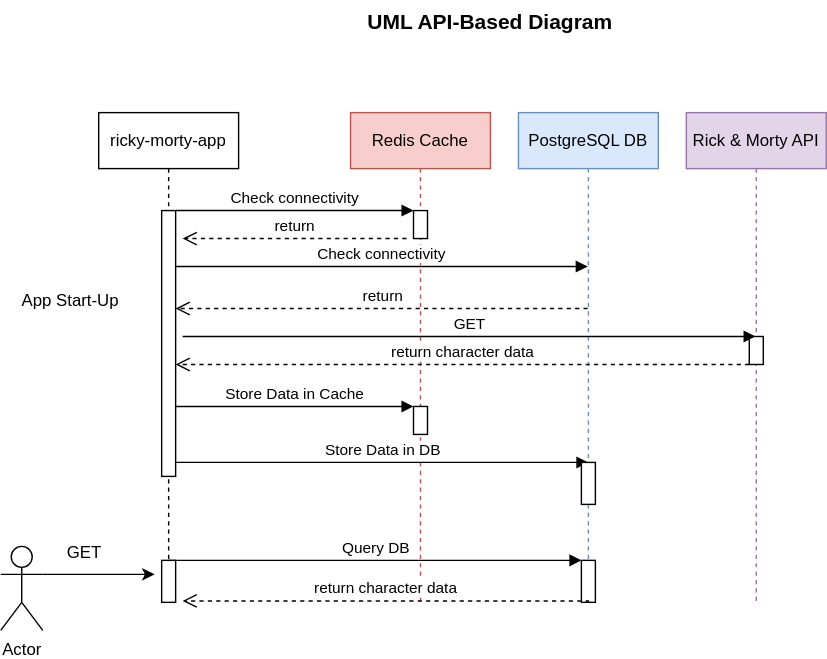
Earlier version of the draw.io export docs/api-uml.svg (andressanchezramos/rick-morty-app). Source tidied: cells renumbered, new cells last; positions are measured from the earlier drawing's top-left corner, leaving out a move shared by most shapes. Source of this version:
```xml
<mxGraphModel>
  <root>
    <mxCell id="0" />
    <mxCell id="1" parent="0" />
    <mxCell id="2" value="ricky-morty-app" style="shape=umlLifeline;perimeter=lifelinePerimeter;whiteSpace=wrap;html=1;newEdgeStyle={&quot;edgeStyle&quot;:&quot;elbowEdgeStyle&quot;,&quot;elbow&quot;:&quot;vertical&quot;,&quot;curved&quot;:0,&quot;rounded&quot;:0};" parent="1" vertex="1">
      <mxGeometry x="70" y="80" width="100" height="350" as="geometry" />
    </mxCell>
    <mxCell id="3" style="html=1;points=[];perimeter=orthogonalPerimeter;outlineConnect=0;targetShapes=umlLifeline;portConstraint=eastwest;newEdgeStyle={&quot;edgeStyle&quot;:&quot;elbowEdgeStyle&quot;,&quot;elbow&quot;:&quot;vertical&quot;,&quot;curved&quot;:0,&quot;rounded&quot;:0};" parent="2" vertex="1">
      <mxGeometry x="45" y="70" width="10" height="190" as="geometry" />
    </mxCell>
    <mxCell id="4" style="html=1;perimeter=orthogonalPerimeter;targetShapes=umlLifeline;newEdgeStyle={&quot;edgeStyle&quot;:&quot;elbowEdgeStyle&quot;,&quot;elbow&quot;:&quot;vertical&quot;,&quot;curved&quot;:0,&quot;rounded&quot;:0};" parent="2" vertex="1">
      <mxGeometry x="45" y="320" width="10" height="30" as="geometry" />
    </mxCell>
    <mxCell id="5" value="Redis Cache" style="shape=umlLifeline;perimeter=lifelinePerimeter;whiteSpace=wrap;html=1;newEdgeStyle={&quot;edgeStyle&quot;:&quot;elbowEdgeStyle&quot;,&quot;elbow&quot;:&quot;vertical&quot;,&quot;curved&quot;:0,&quot;rounded&quot;:0};fillColor=#f8cecc;strokeColor=#b85450;" parent="1" vertex="1">
      <mxGeometry x="250" y="80" width="100" height="350" as="geometry" />
    </mxCell>
    <mxCell id="6" style="html=1;perimeter=orthogonalPerimeter;targetShapes=umlLifeline;newEdgeStyle={&quot;edgeStyle&quot;:&quot;elbowEdgeStyle&quot;,&quot;elbow&quot;:&quot;vertical&quot;,&quot;curved&quot;:0,&quot;rounded&quot;:0};" parent="5" vertex="1">
      <mxGeometry x="45" y="70" width="10" height="20" as="geometry" />
    </mxCell>
    <mxCell id="7" value="Check connectivity" style="html=1;verticalAlign=bottom;endArrow=block;edgeStyle=elbowEdgeStyle;elbow=vertical;curved=0;rounded=0;" parent="1" edge="1">
      <mxGeometry relative="1" as="geometry">
        <mxPoint x="125" y="150" as="sourcePoint" />
        <mxPoint x="295" y="150" as="targetPoint" />
        <Array as="points">
          <mxPoint x="210" y="150" />
        </Array>
      </mxGeometry>
    </mxCell>
    <mxCell id="8" value="UML API-Based Diagram" style="text;html=1;align=center;verticalAlign=middle;whiteSpace=wrap;rounded=0;fontSize=15;fontStyle=1;" parent="1" vertex="1">
      <mxGeometry x="240" width="220" height="30" as="geometry" />
    </mxCell>
    <mxCell id="9" value="PostgreSQL DB" style="shape=umlLifeline;perimeter=lifelinePerimeter;whiteSpace=wrap;html=1;outlineConnect=0;portConstraint=eastwest;newEdgeStyle={&quot;edgeStyle&quot;:&quot;elbowEdgeStyle&quot;,&quot;elbow&quot;:&quot;vertical&quot;,&quot;curved&quot;:0,&quot;rounded&quot;:0};fillColor=#dae8fc;strokeColor=#6c8ebf;" parent="1" vertex="1">
      <mxGeometry x="370" y="80" width="100" height="350" as="geometry" />
    </mxCell>
    <mxCell id="10" style="html=1;points=[];perimeter=orthogonalPerimeter;outlineConnect=0;targetShapes=umlLifeline;portConstraint=eastwest;newEdgeStyle={&quot;edgeStyle&quot;:&quot;elbowEdgeStyle&quot;,&quot;elbow&quot;:&quot;vertical&quot;,&quot;curved&quot;:0,&quot;rounded&quot;:0};" parent="9" vertex="1">
      <mxGeometry x="45" y="320" width="10" height="30" as="geometry" />
    </mxCell>
    <mxCell id="11" value="Rick &amp;amp; Morty API" style="shape=umlLifeline;perimeter=lifelinePerimeter;whiteSpace=wrap;html=1;outlineConnect=0;portConstraint=eastwest;newEdgeStyle={&quot;edgeStyle&quot;:&quot;elbowEdgeStyle&quot;,&quot;elbow&quot;:&quot;vertical&quot;,&quot;curved&quot;:0,&quot;rounded&quot;:0};fillColor=#e1d5e7;strokeColor=#9673a6;" parent="1" vertex="1">
      <mxGeometry x="490" y="80" width="100" height="350" as="geometry" />
    </mxCell>
    <mxCell id="12" style="html=1;perimeter=orthogonalPerimeter;targetShapes=umlLifeline;newEdgeStyle={&quot;edgeStyle&quot;:&quot;elbowEdgeStyle&quot;,&quot;elbow&quot;:&quot;vertical&quot;,&quot;curved&quot;:0,&quot;rounded&quot;:0};" parent="11" vertex="1">
      <mxGeometry x="45" y="160" width="10" height="20" as="geometry" />
    </mxCell>
    <mxCell id="13" value="Check connectivity" style="html=1;verticalAlign=bottom;endArrow=block;edgeStyle=elbowEdgeStyle;elbow=vertical;curved=0;rounded=0;" parent="1" edge="1" source="3" target="9">
      <mxGeometry relative="1" as="geometry">
        <Array as="points">
          <mxPoint x="215" y="190" />
        </Array>
      </mxGeometry>
    </mxCell>
    <mxCell id="14" value="return" style="html=1;verticalAlign=bottom;endArrow=open;dashed=1;endSize=8;edgeStyle=elbowEdgeStyle;elbow=vertical;curved=0;rounded=0;" parent="1" edge="1">
      <mxGeometry relative="1" as="geometry">
        <mxPoint x="290" y="170" as="sourcePoint" />
        <mxPoint x="130" y="170" as="targetPoint" />
        <Array as="points">
          <mxPoint x="215" y="170" />
        </Array>
      </mxGeometry>
    </mxCell>
    <mxCell id="15" value="return" style="html=1;verticalAlign=bottom;endArrow=open;dashed=1;endSize=8;edgeStyle=elbowEdgeStyle;elbow=vertical;curved=0;rounded=0;" parent="1" edge="1" source="9" target="3">
      <mxGeometry relative="1" as="geometry">
        <Array as="points">
          <mxPoint x="225" y="220" />
        </Array>
      </mxGeometry>
    </mxCell>
    <mxCell id="16" value="GET" style="html=1;verticalAlign=bottom;endArrow=block;edgeStyle=elbowEdgeStyle;elbow=vertical;curved=0;rounded=0;exitX=0.5;exitY=0.474;exitDx=0;exitDy=0;exitPerimeter=0;" parent="1" edge="1" target="11">
      <mxGeometry relative="1" as="geometry">
        <mxPoint x="130" y="240" as="sourcePoint" />
      </mxGeometry>
    </mxCell>
    <mxCell id="17" value="return character data" style="html=1;verticalAlign=bottom;endArrow=open;dashed=1;endSize=8;edgeStyle=elbowEdgeStyle;elbow=vertical;curved=0;rounded=0;" parent="1" edge="1" target="3">
      <mxGeometry relative="1" as="geometry">
        <mxPoint x="535" y="260" as="sourcePoint" />
        <Array as="points">
          <mxPoint x="340" y="260" />
        </Array>
      </mxGeometry>
    </mxCell>
    <mxCell id="18" value="App Start-Up" style="text;html=1;align=center;verticalAlign=middle;whiteSpace=wrap;rounded=0;" parent="1" vertex="1">
      <mxGeometry x="10" y="200" width="80" height="30" as="geometry" />
    </mxCell>
    <mxCell id="19" style="html=1;perimeter=orthogonalPerimeter;targetShapes=umlLifeline;newEdgeStyle={&quot;edgeStyle&quot;:&quot;elbowEdgeStyle&quot;,&quot;elbow&quot;:&quot;vertical&quot;,&quot;curved&quot;:0,&quot;rounded&quot;:0};" parent="1" vertex="1">
      <mxGeometry x="295" y="290" width="10" height="20" as="geometry" />
    </mxCell>
    <mxCell id="20" value="Store Data in Cache" style="html=1;verticalAlign=bottom;endArrow=block;edgeStyle=elbowEdgeStyle;elbow=horizontal;curved=0;rounded=0;" parent="1" edge="1">
      <mxGeometry relative="1" as="geometry">
        <mxPoint x="125" y="290" as="sourcePoint" />
        <mxPoint x="295" y="290" as="targetPoint" />
        <Array as="points">
          <mxPoint x="210" y="290" />
        </Array>
      </mxGeometry>
    </mxCell>
    <mxCell id="21" value="Store Data in DB" style="html=1;verticalAlign=bottom;endArrow=block;edgeStyle=elbowEdgeStyle;elbow=vertical;curved=0;rounded=0;" parent="1" edge="1">
      <mxGeometry relative="1" as="geometry">
        <mxPoint x="125" y="330" as="sourcePoint" />
        <mxPoint x="420" y="330" as="targetPoint" />
        <Array as="points">
          <mxPoint x="215" y="330" />
        </Array>
      </mxGeometry>
    </mxCell>
    <mxCell id="22" style="html=1;perimeter=orthogonalPerimeter;targetShapes=umlLifeline;newEdgeStyle={&quot;edgeStyle&quot;:&quot;elbowEdgeStyle&quot;,&quot;elbow&quot;:&quot;vertical&quot;,&quot;curved&quot;:0,&quot;rounded&quot;:0};" parent="1" vertex="1">
      <mxGeometry x="415" y="330" width="10" height="30" as="geometry" />
    </mxCell>
    <mxCell id="23" value="Actor" style="shape=umlActor;verticalLabelPosition=bottom;verticalAlign=top;html=1;outlineConnect=0;" parent="1" vertex="1">
      <mxGeometry y="390" width="30" height="60" as="geometry" />
    </mxCell>
    <mxCell id="24" style="endArrow=classic;html=1;rounded=0;exitX=1;exitY=0.3333333333333333;exitDx=0;exitDy=0;exitPerimeter=0;" parent="1" edge="1" source="23">
      <mxGeometry relative="1" as="geometry">
        <mxPoint x="110" y="410" as="targetPoint" />
      </mxGeometry>
    </mxCell>
    <mxCell id="25" value="GET" style="text;html=1;align=center;verticalAlign=middle;whiteSpace=wrap;rounded=0;" parent="1" vertex="1">
      <mxGeometry x="30" y="380" width="60" height="30" as="geometry" />
    </mxCell>
    <mxCell id="26" value="Query DB" style="html=1;verticalAlign=bottom;endArrow=block;edgeStyle=elbowEdgeStyle;elbow=vertical;curved=0;rounded=0;exitX=0.5;exitY=0.474;exitDx=0;exitDy=0;exitPerimeter=0;" parent="1" edge="1" target="10">
      <mxGeometry relative="1" as="geometry">
        <mxPoint x="120" y="400" as="sourcePoint" />
      </mxGeometry>
    </mxCell>
    <mxCell id="27" value="return character data" style="html=1;verticalAlign=bottom;endArrow=open;dashed=1;endSize=8;edgeStyle=elbowEdgeStyle;elbow=vertical;curved=0;rounded=0;" parent="1" edge="1">
      <mxGeometry relative="1" as="geometry">
        <mxPoint x="420" y="430" as="sourcePoint" />
        <mxPoint x="130" y="429" as="targetPoint" />
        <Array as="points">
          <mxPoint x="345" y="429" />
        </Array>
      </mxGeometry>
    </mxCell>
  </root>
</mxGraphModel>
```
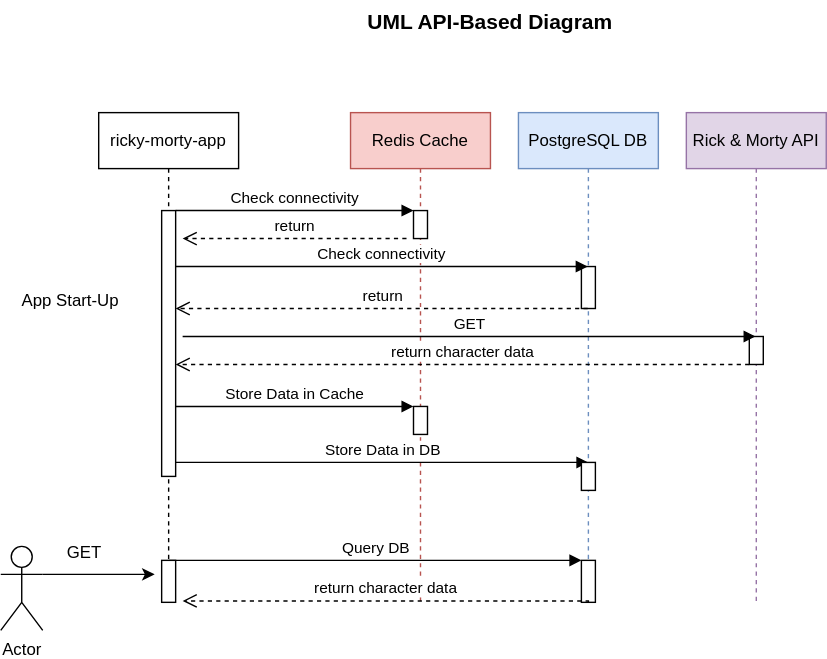
The same diagram one commit later.

Commit message:
add UML diagram

What changed in the source:
```diff
@@ -35,6 +35,9 @@
     <mxCell id="10" style="html=1;points=[];perimeter=orthogonalPerimeter;outlineConnect=0;targetShapes=umlLifeline;portConstraint=eastwest;newEdgeStyle={&quot;edgeStyle&quot;:&quot;elbowEdgeStyle&quot;,&quot;elbow&quot;:&quot;vertical&quot;,&quot;curved&quot;:0,&quot;rounded&quot;:0};" parent="9" vertex="1">
       <mxGeometry x="45" y="320" width="10" height="30" as="geometry" />
     </mxCell>
+    <mxCell id="28" style="html=1;perimeter=orthogonalPerimeter;targetShapes=umlLifeline;newEdgeStyle={&quot;edgeStyle&quot;:&quot;elbowEdgeStyle&quot;,&quot;elbow&quot;:&quot;vertical&quot;,&quot;curved&quot;:0,&quot;rounded&quot;:0};" parent="9" vertex="1">
+      <mxGeometry x="45" y="110" width="10" height="30" as="geometry" />
+    </mxCell>
     <mxCell id="11" value="Rick &amp;amp; Morty API" style="shape=umlLifeline;perimeter=lifelinePerimeter;whiteSpace=wrap;html=1;outlineConnect=0;portConstraint=eastwest;newEdgeStyle={&quot;edgeStyle&quot;:&quot;elbowEdgeStyle&quot;,&quot;elbow&quot;:&quot;vertical&quot;,&quot;curved&quot;:0,&quot;rounded&quot;:0};fillColor=#e1d5e7;strokeColor=#9673a6;" parent="1" vertex="1">
       <mxGeometry x="490" y="80" width="100" height="350" as="geometry" />
     </mxCell>
@@ -102,7 +105,7 @@
       </mxGeometry>
     </mxCell>
     <mxCell id="22" style="html=1;perimeter=orthogonalPerimeter;targetShapes=umlLifeline;newEdgeStyle={&quot;edgeStyle&quot;:&quot;elbowEdgeStyle&quot;,&quot;elbow&quot;:&quot;vertical&quot;,&quot;curved&quot;:0,&quot;rounded&quot;:0};" parent="1" vertex="1">
-      <mxGeometry x="415" y="330" width="10" height="30" as="geometry" />
+      <mxGeometry x="415" y="330" width="10" height="20" as="geometry" />
     </mxCell>
     <mxCell id="23" value="Actor" style="shape=umlActor;verticalLabelPosition=bottom;verticalAlign=top;html=1;outlineConnect=0;" parent="1" vertex="1">
       <mxGeometry y="390" width="30" height="60" as="geometry" />
```
